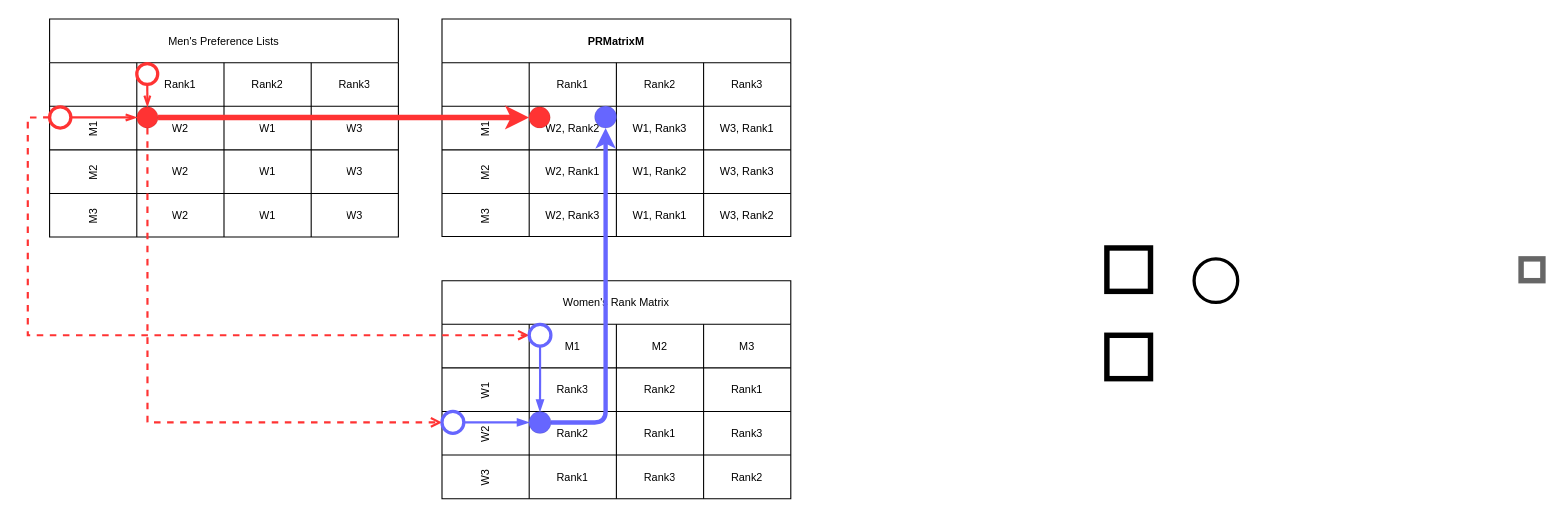
Earlier version of the draw.io diagram PRMatrix.drawio (victorliu-sq/BambooSMP-Figures). Source tidied: cells renumbered, new cells numbered last; positions are measured from the earlier drawing's top-left corner, leaving out a move shared by most shapes. Both pictures are drawn from the tidied source at 109%, with x=0, y=0 at pixel (49, 19).
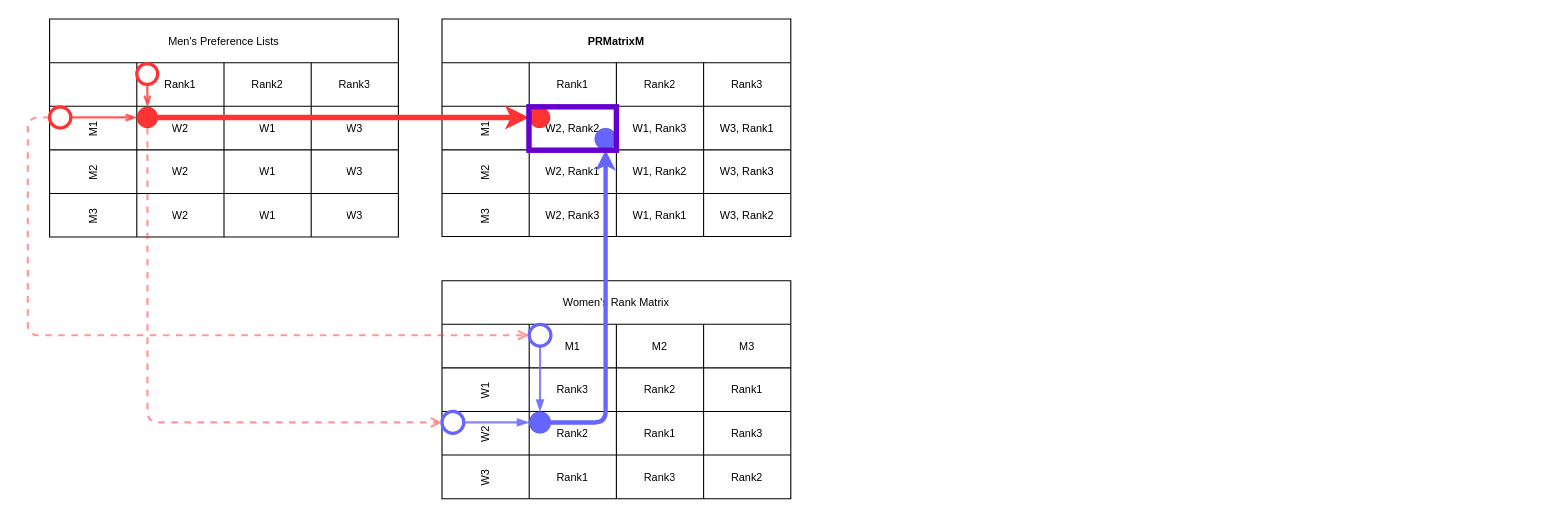
The same page after the edit.

Unchanged cells that the change refers to:
```xml
<mxCell id="58" style="ellipse;whiteSpace=wrap;html=1;gradientColor=none;strokeWidth=3;fillColor=#FFFFFF;strokeColor=#FF3333;" parent="1" vertex="1">
  <mxGeometry x="80" y="40.8" width="19.2" height="19.2" as="geometry" />
</mxCell>
<mxCell id="61" style="ellipse;whiteSpace=wrap;html=1;gradientColor=none;strokeWidth=0;fillColor=#FF3333;" parent="1" vertex="1">
  <mxGeometry x="80" y="80.5" width="19.5" height="19.5" as="geometry" />
</mxCell>
<mxCell id="64" style="ellipse;whiteSpace=wrap;html=1;gradientColor=none;strokeWidth=3;fillColor=#FFFFFF;strokeColor=#FF3333;" parent="1" vertex="1">
  <mxGeometry y="80.5" width="19.5" height="19.5" as="geometry" />
</mxCell>
<mxCell id="66" style="ellipse;whiteSpace=wrap;html=1;gradientColor=none;strokeWidth=3;fillColor=#FFFFFF;strokeColor=#6666FF;" parent="1" vertex="1">
  <mxGeometry x="440" y="280.1" width="19.9" height="19.9" as="geometry" />
</mxCell>
<mxCell id="68" style="ellipse;whiteSpace=wrap;html=1;strokeWidth=3;strokeColor=#6666FF;" parent="1" vertex="1">
  <mxGeometry x="360" y="360" width="20" height="20" as="geometry" />
</mxCell>
<mxCell id="70" style="ellipse;whiteSpace=wrap;html=1;gradientColor=none;strokeWidth=0;fillColor=#6666FF;" parent="1" vertex="1">
  <mxGeometry x="439.8" y="360" width="20.2" height="20.2" as="geometry" />
</mxCell>
```

The edit, as a diff of the source:
```diff
@@
-    <mxCell id="36" style="whiteSpace=wrap;html=1;fillColor=none;strokeWidth=5;strokeColor=#666666;" parent="1" vertex="1">
-      <mxGeometry x="1350" y="220" width="20" height="20" as="geometry" />
-    </mxCell>
-    <mxCell id="37" style="ellipse;whiteSpace=wrap;html=1;fillColor=none;strokeWidth=3;" parent="1" vertex="1">
-      <mxGeometry x="1050" y="220" width="40" height="40" as="geometry" />
-    </mxCell>
-    <mxCell id="38" style="whiteSpace=wrap;html=1;fillColor=none;strokeWidth=5;strokeColor=#000000;" parent="1" vertex="1">
-      <mxGeometry x="970" y="210" width="40" height="39.8" as="geometry" />
-    </mxCell>
-    <mxCell id="39" style="whiteSpace=wrap;html=1;fillColor=none;strokeWidth=5;strokeColor=#000000;" parent="1" vertex="1">
-      <mxGeometry x="970" y="290.1" width="40" height="39.8" as="geometry" />
-    </mxCell>
@@
-    <mxCell id="57" style="edgeStyle=orthogonalEdgeStyle;rounded=0;jettySize=auto;html=1;exitX=0.5;exitY=1;exitDx=0;exitDy=0;entryX=0.5;entryY=0;entryDx=0;entryDy=0;strokeColor=#FF3333;strokeWidth=2;endArrow=openThin;endFill=0;" parent="1" edge="1" source="58" target="61">
+    <mxCell id="57" style="edgeStyle=orthogonalEdgeStyle;rounded=0;jettySize=auto;html=1;exitX=0.5;exitY=1;exitDx=0;exitDy=0;entryX=0.5;entryY=0;entryDx=0;entryDy=0;strokeColor=#FF3333;strokeWidth=2;endArrow=openThin;endFill=0;opacity=80;" parent="1" edge="1" source="58" target="61">
       <mxGeometry relative="1" as="geometry" />
     </mxCell>
@@
-    <mxCell id="59" style="edgeStyle=orthogonalEdgeStyle;rounded=0;jettySize=auto;html=1;exitX=0.5;exitY=1;exitDx=0;exitDy=0;entryX=0;entryY=0.5;entryDx=0;entryDy=0;dashed=1;endArrow=open;endFill=0;strokeColor=#FF3333;strokeWidth=2;" parent="1" edge="1" source="61" target="68">
+    <mxCell id="59" style="edgeStyle=orthogonalEdgeStyle;rounded=1;jettySize=auto;html=1;exitX=0.5;exitY=1;exitDx=0;exitDy=0;entryX=0;entryY=0.5;entryDx=0;entryDy=0;dashed=1;endArrow=open;endFill=0;strokeColor=#FF3333;strokeWidth=2;curved=0;opacity=50;" parent="1" edge="1" source="61" target="68">
       <mxGeometry relative="1" as="geometry" />
     </mxCell>
@@
-    <mxCell id="62" style="edgeStyle=orthogonalEdgeStyle;rounded=0;jettySize=auto;html=1;exitX=1;exitY=0.5;exitDx=0;exitDy=0;entryX=0;entryY=0.5;entryDx=0;entryDy=0;strokeColor=#FF3333;strokeWidth=2;endArrow=openThin;endFill=0;" parent="1" edge="1" source="64" target="61">
+    <mxCell id="62" style="edgeStyle=orthogonalEdgeStyle;rounded=0;jettySize=auto;html=1;exitX=1;exitY=0.5;exitDx=0;exitDy=0;entryX=0;entryY=0.5;entryDx=0;entryDy=0;strokeColor=#FF3333;strokeWidth=2;endArrow=openThin;endFill=0;opacity=80;" parent="1" edge="1" source="64" target="61">
       <mxGeometry relative="1" as="geometry" />
     </mxCell>
-    <mxCell id="63" style="edgeStyle=orthogonalEdgeStyle;rounded=0;jettySize=auto;html=1;exitX=0;exitY=0.5;exitDx=0;exitDy=0;entryX=0;entryY=0.5;entryDx=0;entryDy=0;dashed=1;endArrow=open;endFill=0;strokeColor=#FF3333;strokeWidth=2;" parent="1" edge="1" source="64" target="66">
+    <mxCell id="63" style="edgeStyle=orthogonalEdgeStyle;rounded=1;jettySize=auto;html=1;exitX=0;exitY=0.5;exitDx=0;exitDy=0;entryX=0;entryY=0.5;entryDx=0;entryDy=0;dashed=1;endArrow=open;endFill=0;strokeColor=#FF3333;strokeWidth=2;curved=0;opacity=50;" parent="1" edge="1" source="64" target="66">
       <mxGeometry relative="1" as="geometry" />
     </mxCell>
@@
-    <mxCell id="65" style="edgeStyle=orthogonalEdgeStyle;rounded=0;jettySize=auto;html=1;exitX=0.5;exitY=1;exitDx=0;exitDy=0;entryX=0.5;entryY=0;entryDx=0;entryDy=0;strokeColor=#6666FF;strokeWidth=2;endArrow=blockThin;endFill=1;" parent="1" edge="1" source="66" target="70">
+    <mxCell id="65" style="edgeStyle=orthogonalEdgeStyle;rounded=0;jettySize=auto;html=1;exitX=0.5;exitY=1;exitDx=0;exitDy=0;entryX=0.5;entryY=0;entryDx=0;entryDy=0;strokeColor=#6666FF;strokeWidth=2;endArrow=blockThin;endFill=1;opacity=80;" parent="1" edge="1" source="66" target="70">
       <mxGeometry relative="1" as="geometry" />
     </mxCell>
@@
-    <mxCell id="67" style="edgeStyle=orthogonalEdgeStyle;rounded=0;jettySize=auto;html=1;exitX=1;exitY=0.5;exitDx=0;exitDy=0;entryX=0;entryY=0.5;entryDx=0;entryDy=0;strokeColor=#6666FF;strokeWidth=2;endArrow=blockThin;endFill=1;" parent="1" edge="1" source="68" target="70">
+    <mxCell id="67" style="edgeStyle=orthogonalEdgeStyle;rounded=0;jettySize=auto;html=1;exitX=1;exitY=0.5;exitDx=0;exitDy=0;entryX=0;entryY=0.5;entryDx=0;entryDy=0;strokeColor=#6666FF;strokeWidth=2;endArrow=blockThin;endFill=1;opacity=80;" parent="1" edge="1" source="68" target="70">
       <mxGeometry relative="1" as="geometry" />
     </mxCell>
@@
     <mxCell id="72" style="ellipse;whiteSpace=wrap;html=1;gradientColor=none;strokeWidth=0;fillColor=#6666FF;" parent="1" vertex="1">
-      <mxGeometry x="500" y="79.8" width="20.2" height="20.2" as="geometry" />
+      <mxGeometry x="500" y="100" width="20.2" height="20.2" as="geometry" />
     </mxCell>
+    <mxCell id="73" style="whiteSpace=wrap;html=1;fillColor=none;strokeWidth=5;strokeColor=#6600CC;" parent="1" vertex="1">
+      <mxGeometry x="439.8" y="80.5" width="80.2" height="39.8" as="geometry" />
+    </mxCell>
```
